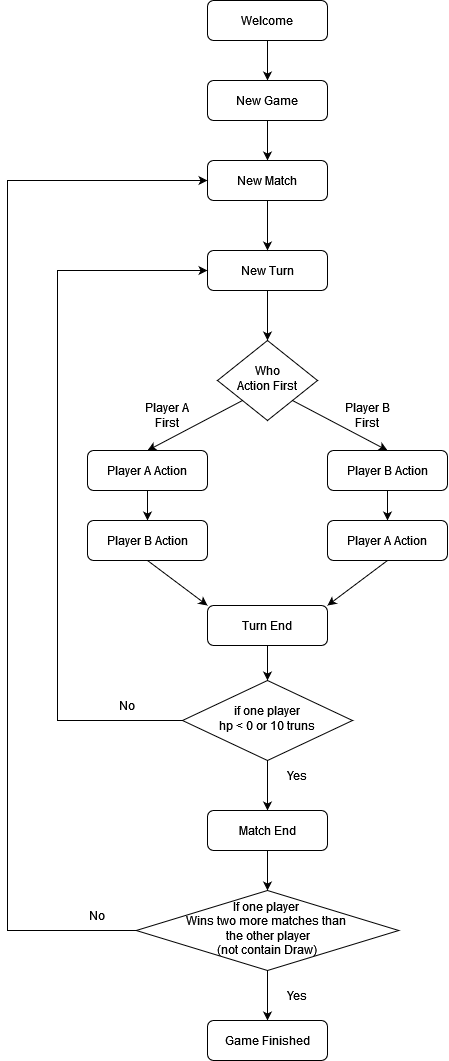
Above: DocumentAndGraph/SomeGraph/flowchart.png in kyynk/RPG_mid (draw.io), before the change. Source tidied: cells renumbered, new cells last; positions are measured from the earlier drawing's top-left corner, leaving out a move shared by most shapes.
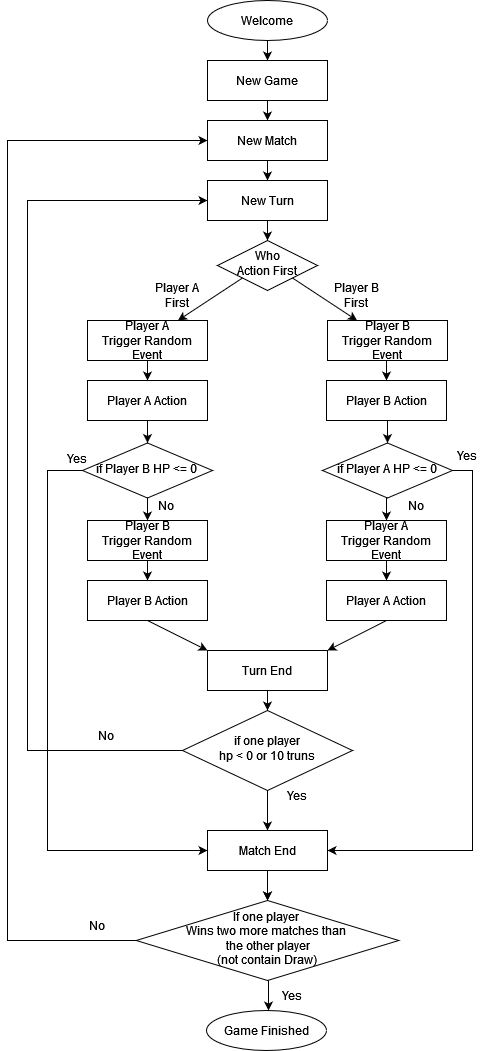
Later version of the same file.

Commit message:
update flowchart, doc, pdf

Change to the diagram source:
```diff
@@ -2,67 +2,32 @@
   <root>
     <mxCell id="0" />
     <mxCell id="1" parent="0" />
-    <mxCell id="2" style="edgeStyle=orthogonalEdgeStyle;rounded=0;jettySize=auto;html=1;exitX=0.5;exitY=1;exitDx=0;exitDy=0;entryX=0.5;entryY=0;entryDx=0;entryDy=0;" parent="1" edge="1" source="3" target="6">
+    <mxCell id="2" style="edgeStyle=orthogonalEdgeStyle;rounded=0;jettySize=auto;html=1;entryX=0.5;entryY=0;entryDx=0;entryDy=0;" parent="1" edge="1" source="3" target="6">
       <mxGeometry relative="1" as="geometry" />
     </mxCell>
-    <mxCell id="3" value="Welcome" style="rounded=1;whiteSpace=wrap;html=1;fontSize=12;glass=0;strokeWidth=1;shadow=0;" parent="1" vertex="1">
-      <mxGeometry x="200" width="120" height="40" as="geometry" />
-    </mxCell>
     <mxCell id="4" value="&lt;div&gt;Who&lt;/div&gt;&lt;div&gt;Action First&lt;/div&gt;" style="rhombus;whiteSpace=wrap;html=1;shadow=0;fontFamily=Helvetica;fontSize=12;align=center;strokeWidth=1;spacing=6;spacingTop=-4;" parent="1" vertex="1">
-      <mxGeometry x="210" y="340" width="100" height="80" as="geometry" />
+      <mxGeometry x="210" y="260" width="100" height="50" as="geometry" />
     </mxCell>
-    <mxCell id="5" style="edgeStyle=orthogonalEdgeStyle;rounded=0;jettySize=auto;html=1;exitX=0.5;exitY=1;exitDx=0;exitDy=0;entryX=0.5;entryY=0;entryDx=0;entryDy=0;" parent="1" edge="1" source="6">
-      <mxGeometry relative="1" as="geometry">
-        <mxPoint x="260" y="160" as="targetPoint" />
-      </mxGeometry>
-    </mxCell>
-    <mxCell id="6" value="New Game" style="rounded=1;whiteSpace=wrap;html=1;fontSize=12;glass=0;strokeWidth=1;shadow=0;" parent="1" vertex="1">
-      <mxGeometry x="200" y="80" width="120" height="40" as="geometry" />
-    </mxCell>
-    <mxCell id="7" style="edgeStyle=orthogonalEdgeStyle;rounded=0;jettySize=auto;html=1;exitX=0.5;exitY=1;exitDx=0;exitDy=0;entryX=0.5;entryY=0;entryDx=0;entryDy=0;" parent="1" edge="1" source="8" target="14">
-      <mxGeometry relative="1" as="geometry" />
-    </mxCell>
-    <mxCell id="8" value="Player A Action" style="rounded=1;whiteSpace=wrap;html=1;fontSize=12;glass=0;strokeWidth=1;shadow=0;" parent="1" vertex="1">
-      <mxGeometry x="80" y="450" width="120" height="40" as="geometry" />
-    </mxCell>
-    <mxCell id="9" style="edgeStyle=orthogonalEdgeStyle;rounded=0;jettySize=auto;html=1;exitX=0.5;exitY=1;exitDx=0;exitDy=0;entryX=0.5;entryY=0;entryDx=0;entryDy=0;" parent="1" edge="1" source="10" target="15">
-      <mxGeometry relative="1" as="geometry" />
-    </mxCell>
-    <mxCell id="10" value="Player B Action" style="rounded=1;whiteSpace=wrap;html=1;fontSize=12;glass=0;strokeWidth=1;shadow=0;" parent="1" vertex="1">
-      <mxGeometry x="320" y="450" width="120" height="40" as="geometry" />
-    </mxCell>
-    <mxCell id="11" value="Turn End" style="rounded=1;whiteSpace=wrap;html=1;fontSize=12;glass=0;strokeWidth=1;shadow=0;" parent="1" vertex="1">
-      <mxGeometry x="200" y="605" width="120" height="40" as="geometry" />
-    </mxCell>
-    <mxCell id="12" style="edgeStyle=orthogonalEdgeStyle;rounded=0;jettySize=auto;html=1;exitX=0.5;exitY=1;exitDx=0;exitDy=0;entryX=0.5;entryY=0;entryDx=0;entryDy=0;" parent="1" edge="1" source="13" target="4">
+    <mxCell id="12" style="edgeStyle=orthogonalEdgeStyle;rounded=0;jettySize=auto;html=1;entryX=0.5;entryY=0;entryDx=0;entryDy=0;" parent="1" edge="1" source="13" target="4">
       <mxGeometry relative="1" as="geometry" />
     </mxCell>
-    <mxCell id="13" value="New Turn" style="rounded=1;whiteSpace=wrap;html=1;fontSize=12;glass=0;strokeWidth=1;shadow=0;" parent="1" vertex="1">
-      <mxGeometry x="200" y="250" width="120" height="40" as="geometry" />
-    </mxCell>
-    <mxCell id="14" value="Player B Action" style="rounded=1;whiteSpace=wrap;html=1;fontSize=12;glass=0;strokeWidth=1;shadow=0;" parent="1" vertex="1">
-      <mxGeometry x="80" y="520" width="120" height="40" as="geometry" />
-    </mxCell>
-    <mxCell id="15" value="Player A Action" style="rounded=1;whiteSpace=wrap;html=1;fontSize=12;glass=0;strokeWidth=1;shadow=0;" parent="1" vertex="1">
-      <mxGeometry x="320" y="520" width="120" height="40" as="geometry" />
-    </mxCell>
-    <mxCell id="16" style="endArrow=classic;html=1;rounded=0;exitX=0;exitY=1;exitDx=0;exitDy=0;entryX=0.5;entryY=0;entryDx=0;entryDy=0;" parent="1" edge="1" source="4" target="8">
+    <mxCell id="16" style="endArrow=classic;html=1;rounded=0;exitX=0;exitY=1;exitDx=0;exitDy=0;" parent="1" edge="1" source="4" target="52">
       <mxGeometry relative="1" as="geometry" />
     </mxCell>
-    <mxCell id="17" style="endArrow=classic;html=1;rounded=0;exitX=1;exitY=1;exitDx=0;exitDy=0;entryX=0.5;entryY=0;entryDx=0;entryDy=0;" parent="1" edge="1" source="4" target="10">
+    <mxCell id="17" style="endArrow=classic;html=1;rounded=0;exitX=1;exitY=1;exitDx=0;exitDy=0;" parent="1" edge="1" source="4" target="50">
       <mxGeometry relative="1" as="geometry" />
     </mxCell>
     <mxCell id="18" value="Player A First" style="text;html=1;align=center;verticalAlign=middle;whiteSpace=wrap;rounded=0;" parent="1" vertex="1">
-      <mxGeometry x="130" y="400" width="60" height="30" as="geometry" />
+      <mxGeometry x="140" y="300" width="60" height="30" as="geometry" />
     </mxCell>
     <mxCell id="19" value="Player B First" style="text;html=1;align=center;verticalAlign=middle;whiteSpace=wrap;rounded=0;" parent="1" vertex="1">
-      <mxGeometry x="330" y="400" width="60" height="30" as="geometry" />
+      <mxGeometry x="319" y="300" width="60" height="30" as="geometry" />
     </mxCell>
-    <mxCell id="20" style="edgeStyle=orthogonalEdgeStyle;rounded=0;jettySize=auto;html=1;exitX=0;exitY=0.5;exitDx=0;exitDy=0;entryX=0;entryY=0.5;entryDx=0;entryDy=0;" parent="1" edge="1" source="22" target="13">
+    <mxCell id="20" style="edgeStyle=orthogonalEdgeStyle;rounded=0;jettySize=auto;html=1;exitX=0;exitY=0.5;exitDx=0;exitDy=0;" parent="1" edge="1" source="22" target="13">
       <mxGeometry relative="1" as="geometry">
         <Array as="points">
-          <mxPoint x="50" y="720" />
-          <mxPoint x="50" y="270" />
+          <mxPoint x="20" y="770" />
+          <mxPoint x="20" y="220" />
         </Array>
       </mxGeometry>
     </mxCell>
@@ -70,57 +35,167 @@
       <mxGeometry relative="1" as="geometry" />
     </mxCell>
     <mxCell id="22" value="&lt;div&gt;if one player&lt;/div&gt;&lt;div&gt;hp &amp;lt; 0 or 10 truns&lt;br&gt;&lt;/div&gt;" style="rhombus;whiteSpace=wrap;html=1;shadow=0;fontFamily=Helvetica;fontSize=12;align=center;strokeWidth=1;spacing=6;spacingTop=-4;" parent="1" vertex="1">
-      <mxGeometry x="175" y="680" width="170" height="80" as="geometry" />
+      <mxGeometry x="175" y="730" width="170" height="80" as="geometry" />
     </mxCell>
-    <mxCell id="23" style="endArrow=classic;html=1;rounded=0;exitX=0.5;exitY=1;exitDx=0;exitDy=0;entryX=0;entryY=0;entryDx=0;entryDy=0;" parent="1" edge="1" source="14" target="11">
+    <mxCell id="23" style="endArrow=classic;html=1;rounded=0;exitX=0.5;exitY=1;exitDx=0;exitDy=0;entryX=0;entryY=0;entryDx=0;entryDy=0;" parent="1" edge="1" source="43" target="11">
       <mxGeometry relative="1" as="geometry" />
     </mxCell>
-    <mxCell id="24" style="endArrow=classic;html=1;rounded=0;exitX=0.5;exitY=1;exitDx=0;exitDy=0;entryX=1;entryY=0;entryDx=0;entryDy=0;" parent="1" edge="1" source="15" target="11">
+    <mxCell id="24" style="endArrow=classic;html=1;rounded=0;exitX=0.5;exitY=1;exitDx=0;exitDy=0;entryX=1;entryY=0;entryDx=0;entryDy=0;" parent="1" edge="1" source="44" target="11">
       <mxGeometry relative="1" as="geometry" />
     </mxCell>
     <mxCell id="25" style="endArrow=classic;html=1;rounded=0;exitX=0.5;exitY=1;exitDx=0;exitDy=0;entryX=0.5;entryY=0;entryDx=0;entryDy=0;" parent="1" edge="1" source="11" target="22">
       <mxGeometry relative="1" as="geometry" />
     </mxCell>
     <mxCell id="26" value="No" style="text;html=1;align=center;verticalAlign=middle;whiteSpace=wrap;rounded=0;" parent="1" vertex="1">
-      <mxGeometry x="90" y="690" width="60" height="30" as="geometry" />
+      <mxGeometry x="68.8" y="740" width="60" height="30" as="geometry" />
     </mxCell>
     <mxCell id="27" value="Yes" style="text;html=1;align=center;verticalAlign=middle;whiteSpace=wrap;rounded=0;" parent="1" vertex="1">
-      <mxGeometry x="260" y="760" width="60" height="30" as="geometry" />
+      <mxGeometry x="260" y="800" width="60" height="30" as="geometry" />
     </mxCell>
-    <mxCell id="28" style="edgeStyle=orthogonalEdgeStyle;rounded=0;jettySize=auto;html=1;exitX=0.5;exitY=1;exitDx=0;exitDy=0;entryX=0.5;entryY=0;entryDx=0;entryDy=0;" parent="1" edge="1" source="29" target="13">
+    <mxCell id="28" style="edgeStyle=orthogonalEdgeStyle;rounded=0;jettySize=auto;html=1;" parent="1" edge="1" source="29" target="13">
       <mxGeometry relative="1" as="geometry" />
     </mxCell>
-    <mxCell id="29" value="New Match" style="rounded=1;whiteSpace=wrap;html=1;fontSize=12;glass=0;strokeWidth=1;shadow=0;" parent="1" vertex="1">
-      <mxGeometry x="200" y="160" width="120" height="40" as="geometry" />
-    </mxCell>
     <mxCell id="30" style="edgeStyle=orthogonalEdgeStyle;rounded=0;jettySize=auto;html=1;exitX=0.5;exitY=1;exitDx=0;exitDy=0;entryX=0.5;entryY=0;entryDx=0;entryDy=0;" parent="1" edge="1" source="31" target="34">
       <mxGeometry relative="1" as="geometry" />
     </mxCell>
-    <mxCell id="31" value="Match End" style="rounded=1;whiteSpace=wrap;html=1;fontSize=12;glass=0;strokeWidth=1;shadow=0;" parent="1" vertex="1">
-      <mxGeometry x="200" y="810" width="120" height="40" as="geometry" />
-    </mxCell>
-    <mxCell id="32" style="edgeStyle=orthogonalEdgeStyle;rounded=0;jettySize=auto;html=1;exitX=0;exitY=0.5;exitDx=0;exitDy=0;entryX=0;entryY=0.5;entryDx=0;entryDy=0;" parent="1" edge="1" source="34" target="29">
+    <mxCell id="32" style="edgeStyle=orthogonalEdgeStyle;rounded=0;jettySize=auto;html=1;exitX=0;exitY=0.5;exitDx=0;exitDy=0;" parent="1" edge="1" source="34" target="29">
       <mxGeometry relative="1" as="geometry">
         <Array as="points">
-          <mxPoint y="930" />
-          <mxPoint y="180" />
+          <mxPoint y="960" />
+          <mxPoint y="160" />
         </Array>
       </mxGeometry>
     </mxCell>
-    <mxCell id="33" style="edgeStyle=orthogonalEdgeStyle;rounded=0;jettySize=auto;html=1;exitX=0.5;exitY=1;exitDx=0;exitDy=0;entryX=0.5;entryY=0;entryDx=0;entryDy=0;" parent="1" edge="1" source="34" target="37">
-      <mxGeometry relative="1" as="geometry" />
+    <mxCell id="33" style="edgeStyle=orthogonalEdgeStyle;rounded=0;jettySize=auto;html=1;exitX=0.5;exitY=1;exitDx=0;exitDy=0;" parent="1" edge="1" source="34" target="37">
+      <mxGeometry relative="1" as="geometry">
+        <Array as="points">
+          <mxPoint x="260" y="990" />
+          <mxPoint x="261" y="990" />
+        </Array>
+      </mxGeometry>
     </mxCell>
     <mxCell id="34" value="&lt;div&gt;If one player&amp;nbsp;&lt;/div&gt;&lt;div&gt;Wins two more matches than&amp;nbsp;&lt;/div&gt;&lt;div&gt;the other player&lt;/div&gt;&lt;div&gt;(not contain Draw)&lt;br&gt;&lt;/div&gt;" style="rhombus;whiteSpace=wrap;html=1;shadow=0;fontFamily=Helvetica;fontSize=12;align=center;strokeWidth=1;spacing=6;spacingTop=-4;" parent="1" vertex="1">
-      <mxGeometry x="128.8" y="890" width="262.5" height="80" as="geometry" />
+      <mxGeometry x="128.8" y="920" width="262.5" height="80" as="geometry" />
     </mxCell>
     <mxCell id="35" value="No" style="text;html=1;align=center;verticalAlign=middle;whiteSpace=wrap;rounded=0;" parent="1" vertex="1">
-      <mxGeometry x="60" y="900" width="60" height="30" as="geometry" />
+      <mxGeometry x="60" y="930" width="60" height="30" as="geometry" />
     </mxCell>
     <mxCell id="36" value="Yes" style="text;html=1;align=center;verticalAlign=middle;whiteSpace=wrap;rounded=0;" parent="1" vertex="1">
-      <mxGeometry x="260" y="980" width="60" height="30" as="geometry" />
+      <mxGeometry x="255" y="1000" width="60" height="30" as="geometry" />
     </mxCell>
-    <mxCell id="37" value="Game Finished" style="rounded=1;whiteSpace=wrap;html=1;fontSize=12;glass=0;strokeWidth=1;shadow=0;" parent="1" vertex="1">
-      <mxGeometry x="200" y="1020" width="120" height="40" as="geometry" />
+    <mxCell id="37" value="Game Finished" style="ellipse;whiteSpace=wrap;html=1;" parent="1" vertex="1">
+      <mxGeometry x="199" y="1030" width="120" height="40" as="geometry" />
     </mxCell>
+    <mxCell id="38" style="edgeStyle=orthogonalEdgeStyle;rounded=0;jettySize=auto;html=1;exitX=0.5;exitY=1;exitDx=0;exitDy=0;entryX=0.5;entryY=0;entryDx=0;entryDy=0;" parent="1" edge="1" source="6" target="29">
+      <mxGeometry relative="1" as="geometry" />
+    </mxCell>
+    <mxCell id="6" value="New Game" style="rounded=0;whiteSpace=wrap;html=1;" parent="1" vertex="1">
+      <mxGeometry x="200" y="80" width="120" height="40" as="geometry" />
+    </mxCell>
+    <mxCell id="29" value="New Match" style="rounded=0;whiteSpace=wrap;html=1;" parent="1" vertex="1">
+      <mxGeometry x="200" y="140" width="120" height="40" as="geometry" />
+    </mxCell>
+    <mxCell id="13" value="New Turn" style="rounded=0;whiteSpace=wrap;html=1;" parent="1" vertex="1">
+      <mxGeometry x="200" y="200" width="120" height="40" as="geometry" />
+    </mxCell>
+    <mxCell id="39" style="edgeStyle=orthogonalEdgeStyle;rounded=0;jettySize=auto;html=1;exitX=0.5;exitY=1;exitDx=0;exitDy=0;entryX=0.5;entryY=0;entryDx=0;entryDy=0;" parent="1" edge="1" source="40" target="58">
+      <mxGeometry relative="1" as="geometry" />
+    </mxCell>
+    <mxCell id="40" value="Player B Action" style="rounded=0;whiteSpace=wrap;html=1;" parent="1" vertex="1">
+      <mxGeometry x="319" y="400" width="120" height="40" as="geometry" />
+    </mxCell>
+    <mxCell id="41" style="edgeStyle=orthogonalEdgeStyle;rounded=0;jettySize=auto;html=1;exitX=0.5;exitY=1;exitDx=0;exitDy=0;" parent="1" edge="1" source="42" target="61">
+      <mxGeometry relative="1" as="geometry" />
+    </mxCell>
+    <mxCell id="42" value="Player A Action" style="rounded=0;whiteSpace=wrap;html=1;" parent="1" vertex="1">
+      <mxGeometry x="80" y="400" width="120" height="40" as="geometry" />
+    </mxCell>
+    <mxCell id="43" value="Player B Action" style="rounded=0;whiteSpace=wrap;html=1;" parent="1" vertex="1">
+      <mxGeometry x="80" y="600" width="120" height="40" as="geometry" />
+    </mxCell>
+    <mxCell id="44" value="Player A Action" style="rounded=0;whiteSpace=wrap;html=1;" parent="1" vertex="1">
+      <mxGeometry x="319" y="600" width="120" height="40" as="geometry" />
+    </mxCell>
+    <mxCell id="45" style="edgeStyle=orthogonalEdgeStyle;rounded=0;jettySize=auto;html=1;exitX=0.5;exitY=1;exitDx=0;exitDy=0;" parent="1" edge="1" source="46" target="43">
+      <mxGeometry relative="1" as="geometry" />
+    </mxCell>
+    <mxCell id="46" value="&lt;div&gt;Player B&lt;/div&gt;&lt;div&gt;Trigger Random Event&lt;/div&gt;" style="rounded=0;whiteSpace=wrap;html=1;" parent="1" vertex="1">
+      <mxGeometry x="80" y="540" width="120" height="40" as="geometry" />
+    </mxCell>
+    <mxCell id="47" style="edgeStyle=orthogonalEdgeStyle;rounded=0;jettySize=auto;html=1;exitX=0.5;exitY=1;exitDx=0;exitDy=0;" parent="1" edge="1" source="48" target="44">
+      <mxGeometry relative="1" as="geometry" />
+    </mxCell>
+    <mxCell id="48" value="&lt;div&gt;Player A&lt;br&gt;&lt;/div&gt;&lt;div&gt;Trigger Random Event&lt;/div&gt;" style="rounded=0;whiteSpace=wrap;html=1;" parent="1" vertex="1">
+      <mxGeometry x="319" y="540" width="120" height="40" as="geometry" />
+    </mxCell>
+    <mxCell id="49" style="edgeStyle=orthogonalEdgeStyle;rounded=0;jettySize=auto;html=1;exitX=0.5;exitY=1;exitDx=0;exitDy=0;entryX=0.5;entryY=0;entryDx=0;entryDy=0;" parent="1" edge="1" source="50" target="40">
+      <mxGeometry relative="1" as="geometry" />
+    </mxCell>
+    <mxCell id="50" value="&lt;div&gt;Player B&lt;/div&gt;&lt;div&gt;Trigger Random Event&lt;/div&gt;" style="rounded=0;whiteSpace=wrap;html=1;" parent="1" vertex="1">
+      <mxGeometry x="320" y="340" width="120" height="40" as="geometry" />
+    </mxCell>
+    <mxCell id="51" style="edgeStyle=orthogonalEdgeStyle;rounded=0;jettySize=auto;html=1;exitX=0.5;exitY=1;exitDx=0;exitDy=0;entryX=0.5;entryY=0;entryDx=0;entryDy=0;" parent="1" edge="1" source="52" target="42">
+      <mxGeometry relative="1" as="geometry" />
+    </mxCell>
+    <mxCell id="52" value="&lt;div&gt;Player A&lt;br&gt;&lt;/div&gt;&lt;div&gt;Trigger Random Event&lt;/div&gt;" style="rounded=0;whiteSpace=wrap;html=1;" parent="1" vertex="1">
+      <mxGeometry x="80" y="340" width="120" height="40" as="geometry" />
+    </mxCell>
+    <mxCell id="53" style="edgeStyle=orthogonalEdgeStyle;rounded=0;jettySize=auto;html=1;exitX=0.5;exitY=1;exitDx=0;exitDy=0;" parent="1" edge="1" source="31" target="34">
+      <mxGeometry relative="1" as="geometry" />
+    </mxCell>
+    <mxCell id="3" value="Welcome" style="ellipse;whiteSpace=wrap;html=1;" parent="1" vertex="1">
+      <mxGeometry x="200" y="20" width="120" height="40" as="geometry" />
+    </mxCell>
+    <mxCell id="54" style="edgeStyle=orthogonalEdgeStyle;rounded=0;jettySize=auto;html=1;exitX=0.5;exitY=1;exitDx=0;exitDy=0;entryX=0.5;entryY=0;entryDx=0;entryDy=0;" parent="1" edge="1" target="31">
+      <mxGeometry relative="1" as="geometry">
+        <mxPoint x="260" y="850" as="sourcePoint" />
+      </mxGeometry>
+    </mxCell>
+    <mxCell id="31" value="Match End" style="rounded=0;whiteSpace=wrap;html=1;" parent="1" vertex="1">
+      <mxGeometry x="200" y="850" width="120" height="40" as="geometry" />
+    </mxCell>
+    <mxCell id="55" style="endArrow=classic;html=1;rounded=0;exitX=0.5;exitY=1;exitDx=0;exitDy=0;entryX=0.5;entryY=0;entryDx=0;entryDy=0;" parent="1" edge="1" target="11">
+      <mxGeometry relative="1" as="geometry">
+        <mxPoint x="260" y="670" as="sourcePoint" />
+      </mxGeometry>
+    </mxCell>
+    <mxCell id="11" value="Turn End" style="rounded=0;whiteSpace=wrap;html=1;" parent="1" vertex="1">
+      <mxGeometry x="200" y="670" width="120" height="40" as="geometry" />
+    </mxCell>
+    <mxCell id="56" style="edgeStyle=orthogonalEdgeStyle;rounded=0;jettySize=auto;html=1;exitX=0.5;exitY=1;exitDx=0;exitDy=0;entryX=0.5;entryY=0;entryDx=0;entryDy=0;" parent="1" edge="1" source="58" target="48">
+      <mxGeometry relative="1" as="geometry" />
+    </mxCell>
+    <mxCell id="57" style="edgeStyle=orthogonalEdgeStyle;rounded=0;jettySize=auto;html=1;exitX=1;exitY=0.5;exitDx=0;exitDy=0;entryX=1;entryY=0.5;entryDx=0;entryDy=0;" parent="1" edge="1" source="58" target="31">
+      <mxGeometry relative="1" as="geometry" />
+    </mxCell>
+    <mxCell id="58" value="&lt;div&gt;if Player A HP &amp;lt;= 0&lt;br&gt;&lt;/div&gt;" style="rhombus;whiteSpace=wrap;html=1;shadow=0;fontFamily=Helvetica;fontSize=12;align=center;strokeWidth=1;spacing=6;spacingTop=-4;" parent="1" vertex="1">
+      <mxGeometry x="315" y="462.5" width="130" height="55" as="geometry" />
+    </mxCell>
+    <mxCell id="59" style="edgeStyle=orthogonalEdgeStyle;rounded=0;jettySize=auto;html=1;exitX=0.5;exitY=1;exitDx=0;exitDy=0;" parent="1" edge="1" source="61" target="46">
+      <mxGeometry relative="1" as="geometry" />
+    </mxCell>
+    <mxCell id="60" style="edgeStyle=orthogonalEdgeStyle;rounded=0;jettySize=auto;html=1;exitX=0;exitY=0.5;exitDx=0;exitDy=0;" parent="1" edge="1" source="61" target="31">
+      <mxGeometry relative="1" as="geometry">
+        <Array as="points">
+          <mxPoint x="40" y="490" />
+          <mxPoint x="40" y="870" />
+        </Array>
+      </mxGeometry>
+    </mxCell>
+    <mxCell id="61" value="&lt;div&gt;if Player B HP &amp;lt;= 0&lt;br&gt;&lt;/div&gt;" style="rhombus;whiteSpace=wrap;html=1;shadow=0;fontFamily=Helvetica;fontSize=12;align=center;strokeWidth=1;spacing=6;spacingTop=-4;" parent="1" vertex="1">
+      <mxGeometry x="75" y="462.5" width="130" height="55" as="geometry" />
+    </mxCell>
+    <mxCell id="62" value="No" style="text;html=1;align=center;verticalAlign=middle;whiteSpace=wrap;rounded=0;" parent="1" vertex="1">
+      <mxGeometry x="128.8" y="510" width="60" height="30" as="geometry" />
+    </mxCell>
+    <mxCell id="63" value="Yes" style="text;html=1;align=center;verticalAlign=middle;whiteSpace=wrap;rounded=0;" parent="1" vertex="1">
+      <mxGeometry x="40" y="462.5" width="60" height="30" as="geometry" />
+    </mxCell>
+    <mxCell id="64" value="Yes" style="text;html=1;align=center;verticalAlign=middle;whiteSpace=wrap;rounded=0;" parent="1" vertex="1">
+      <mxGeometry x="430" y="460" width="60" height="30" as="geometry" />
+    </mxCell>
+    <mxCell id="65" value="No" style="text;html=1;align=center;verticalAlign=middle;whiteSpace=wrap;rounded=0;" parent="1" vertex="1">
+      <mxGeometry x="379" y="510" width="60" height="30" as="geometry" />
+    </mxCell>
   </root>
 </mxGraphModel>
```
